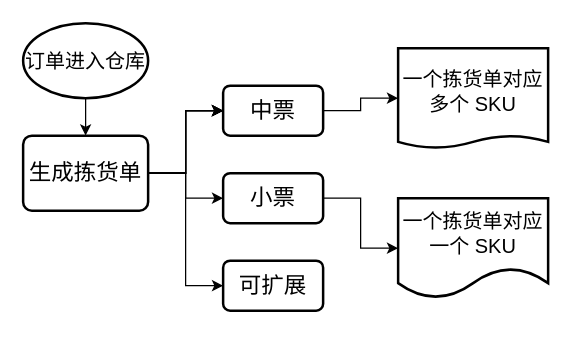
GitHeP/diagrams keeps this draw.io diagram as longpean/OMS拣货单-面单-交接单.drawio. Above is the earlier version. Source tidied: cells renumbered, new cells numbered last; positions are measured from the earlier drawing's top-left corner, leaving out a move shared by most shapes. Both pictures are drawn from the tidied source at 125%, with x=0, y=0 at pixel (22, 22).
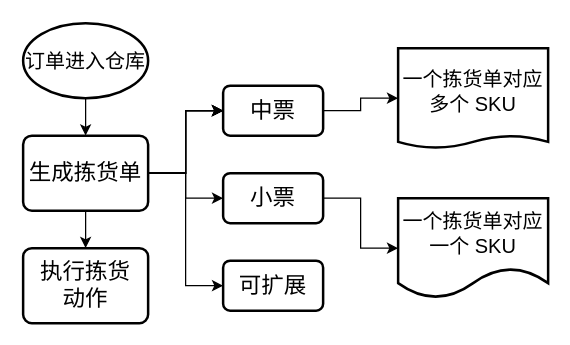
After the change.

Commit message (it also covers changes not shown here):
更新OMS拣货单-面单-交接单.drawio

Unchanged cells that the change refers to:
```xml
<mxCell id="10" value="&lt;font style=&quot;font-size: 18px;&quot;&gt;生成拣货单&lt;/font&gt;" style="rounded=1;whiteSpace=wrap;html=1;absoluteArcSize=1;arcSize=14;strokeWidth=2;" parent="1" vertex="1">
  <mxGeometry y="90" width="100" height="60" as="geometry" />
</mxCell>
```

Change to the diagram source:
```diff
@@
+    <mxCell id="19" style="edgeStyle=orthogonalEdgeStyle;rounded=0;jettySize=auto;html=1;" parent="1" edge="1" source="10" target="20">
+      <mxGeometry relative="1" as="geometry" />
+    </mxCell>
@@
+    <mxCell id="20" value="&lt;font style=&quot;font-size: 18px;&quot;&gt;执行拣货&lt;br&gt;动作&lt;/font&gt;" style="rounded=1;whiteSpace=wrap;html=1;absoluteArcSize=1;arcSize=14;strokeWidth=2;" parent="1" vertex="1">
+      <mxGeometry y="180" width="100" height="60" as="geometry" />
+    </mxCell>
```
